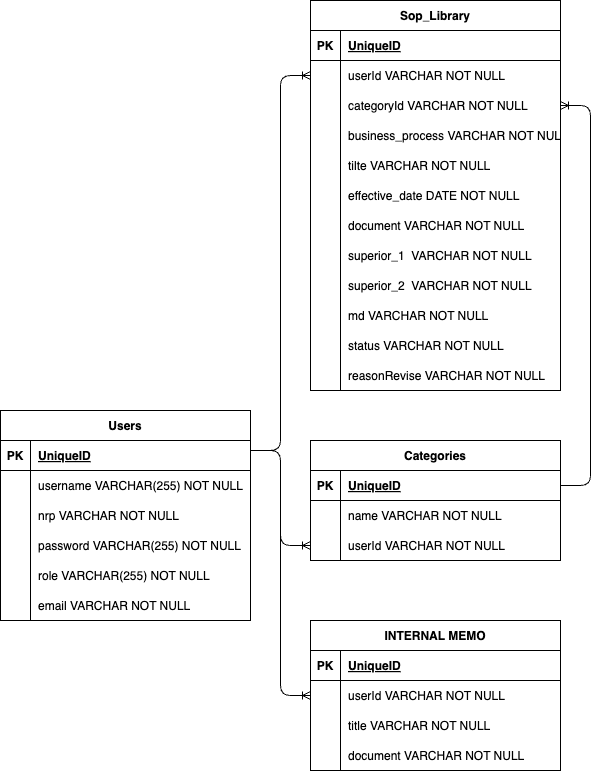
Earlier version of the draw.io export server/schema.drawio.png (faishalam/Sop-Management). Source tidied: cells renumbered, new cells last; positions are measured from the earlier drawing's top-left corner, leaving out a move shared by most shapes. Source of this version:
```xml
<mxGraphModel>
  <root>
    <mxCell id="0" />
    <mxCell id="1" parent="0" />
    <mxCell id="2" value="Users" style="shape=table;startSize=30;rowLines=0;fontStyle=1;align=center;" parent="1" vertex="1">
      <mxGeometry y="410" width="250" height="210" as="geometry" />
    </mxCell>
    <mxCell id="3" style="shape=tableRow;horizontal=0;startSize=0;swimlaneHead=0;swimlaneBody=0;fillColor=none;top=0;left=0;right=0;bottom=1;" parent="2" vertex="1">
      <mxGeometry y="30" width="250" height="30" as="geometry" />
    </mxCell>
    <mxCell id="4" value="PK" style="shape=partialRectangle;fillColor=none;top=0;left=0;bottom=0;right=0;fontStyle=1;overflow=hidden;" parent="3" vertex="1">
      <mxGeometry width="30" height="30" as="geometry" />
    </mxCell>
    <mxCell id="5" value="UniqueID" style="shape=partialRectangle;fillColor=none;top=0;left=0;bottom=0;right=0;align=left;spacingLeft=6;fontStyle=5;overflow=hidden;" parent="3" vertex="1">
      <mxGeometry x="30" width="220" height="30" as="geometry" />
    </mxCell>
    <mxCell id="6" style="shape=tableRow;horizontal=0;startSize=0;swimlaneHead=0;swimlaneBody=0;fillColor=none;top=0;left=0;right=0;bottom=0;" parent="2" vertex="1">
      <mxGeometry y="60" width="250" height="30" as="geometry" />
    </mxCell>
    <mxCell id="7" style="shape=partialRectangle;fillColor=none;top=0;left=0;bottom=0;right=0;overflow=hidden;" parent="6" vertex="1">
      <mxGeometry width="30" height="30" as="geometry" />
    </mxCell>
    <mxCell id="8" value="username VARCHAR(255) NOT NULL" style="shape=partialRectangle;fillColor=none;top=0;left=0;bottom=0;right=0;align=left;spacingLeft=6;overflow=hidden;" parent="6" vertex="1">
      <mxGeometry x="30" width="220" height="30" as="geometry" />
    </mxCell>
    <mxCell id="9" style="shape=tableRow;horizontal=0;startSize=0;swimlaneHead=0;swimlaneBody=0;fillColor=none;top=0;left=0;right=0;bottom=0;" parent="2" vertex="1">
      <mxGeometry y="90" width="250" height="30" as="geometry" />
    </mxCell>
    <mxCell id="10" style="shape=partialRectangle;fillColor=none;top=0;left=0;bottom=0;right=0;overflow=hidden;" parent="9" vertex="1">
      <mxGeometry width="30" height="30" as="geometry" />
    </mxCell>
    <mxCell id="11" value="nrp VARCHAR NOT NULL" style="shape=partialRectangle;fillColor=none;top=0;left=0;bottom=0;right=0;align=left;spacingLeft=6;overflow=hidden;" parent="9" vertex="1">
      <mxGeometry x="30" width="220" height="30" as="geometry" />
    </mxCell>
    <mxCell id="12" style="shape=tableRow;horizontal=0;startSize=0;swimlaneHead=0;swimlaneBody=0;fillColor=none;top=0;left=0;right=0;bottom=0;" parent="2" vertex="1">
      <mxGeometry y="120" width="250" height="30" as="geometry" />
    </mxCell>
    <mxCell id="13" style="shape=partialRectangle;fillColor=none;top=0;left=0;bottom=0;right=0;overflow=hidden;" parent="12" vertex="1">
      <mxGeometry width="30" height="30" as="geometry" />
    </mxCell>
    <mxCell id="14" value="password VARCHAR(255) NOT NULL" style="shape=partialRectangle;fillColor=none;top=0;left=0;bottom=0;right=0;align=left;spacingLeft=6;overflow=hidden;" parent="12" vertex="1">
      <mxGeometry x="30" width="220" height="30" as="geometry" />
    </mxCell>
    <mxCell id="15" style="shape=tableRow;horizontal=0;startSize=0;swimlaneHead=0;swimlaneBody=0;fillColor=none;top=0;left=0;right=0;bottom=0;" parent="2" vertex="1">
      <mxGeometry y="150" width="250" height="30" as="geometry" />
    </mxCell>
    <mxCell id="16" style="shape=partialRectangle;fillColor=none;top=0;left=0;bottom=0;right=0;overflow=hidden;" parent="15" vertex="1">
      <mxGeometry width="30" height="30" as="geometry" />
    </mxCell>
    <mxCell id="17" value="role VARCHAR(255) NOT NULL" style="shape=partialRectangle;fillColor=none;top=0;left=0;bottom=0;right=0;align=left;spacingLeft=6;overflow=hidden;" parent="15" vertex="1">
      <mxGeometry x="30" width="220" height="30" as="geometry" />
    </mxCell>
    <mxCell id="18" style="shape=tableRow;horizontal=0;startSize=0;swimlaneHead=0;swimlaneBody=0;fillColor=none;top=0;left=0;right=0;bottom=0;" parent="2" vertex="1">
      <mxGeometry y="180" width="250" height="30" as="geometry" />
    </mxCell>
    <mxCell id="19" style="shape=partialRectangle;fillColor=none;top=0;left=0;bottom=0;right=0;overflow=hidden;" parent="18" vertex="1">
      <mxGeometry width="30" height="30" as="geometry" />
    </mxCell>
    <mxCell id="20" value="email VARCHAR NOT NULL" style="shape=partialRectangle;fillColor=none;top=0;left=0;bottom=0;right=0;align=left;spacingLeft=6;overflow=hidden;" parent="18" vertex="1">
      <mxGeometry x="30" width="220" height="30" as="geometry" />
    </mxCell>
    <mxCell id="21" value="Sop_Library" style="shape=table;startSize=30;rowLines=0;fontStyle=1;align=center;" parent="1" vertex="1">
      <mxGeometry x="310" width="250" height="390" as="geometry" />
    </mxCell>
    <mxCell id="22" style="shape=tableRow;horizontal=0;startSize=0;swimlaneHead=0;swimlaneBody=0;fillColor=none;top=0;left=0;right=0;bottom=1;" parent="21" vertex="1">
      <mxGeometry y="30" width="250" height="30" as="geometry" />
    </mxCell>
    <mxCell id="23" value="PK" style="shape=partialRectangle;fillColor=none;top=0;left=0;bottom=0;right=0;fontStyle=1;overflow=hidden;" parent="22" vertex="1">
      <mxGeometry width="30" height="30" as="geometry" />
    </mxCell>
    <mxCell id="24" value="UniqueID" style="shape=partialRectangle;fillColor=none;top=0;left=0;bottom=0;right=0;align=left;spacingLeft=6;fontStyle=5;overflow=hidden;" parent="22" vertex="1">
      <mxGeometry x="30" width="220" height="30" as="geometry" />
    </mxCell>
    <mxCell id="25" style="shape=tableRow;horizontal=0;startSize=0;swimlaneHead=0;swimlaneBody=0;fillColor=none;points=[[0,0.5],[1,0.5]];portConstraint=eastwest;top=0;left=0;right=0;bottom=0;" parent="21" vertex="1">
      <mxGeometry y="60" width="250" height="30" as="geometry" />
    </mxCell>
    <mxCell id="26" style="shape=partialRectangle;fillColor=none;top=0;left=0;bottom=0;right=0;overflow=hidden;" parent="25" vertex="1">
      <mxGeometry width="30" height="30" as="geometry" />
    </mxCell>
    <mxCell id="27" value="userId VARCHAR NOT NULL" style="shape=partialRectangle;fillColor=none;top=0;left=0;bottom=0;right=0;align=left;spacingLeft=6;overflow=hidden;" parent="25" vertex="1">
      <mxGeometry x="30" width="220" height="30" as="geometry" />
    </mxCell>
    <mxCell id="28" style="shape=tableRow;horizontal=0;startSize=0;swimlaneHead=0;swimlaneBody=0;fillColor=none;points=[[0,0.5],[1,0.5]];portConstraint=eastwest;top=0;left=0;right=0;bottom=0;" parent="21" vertex="1">
      <mxGeometry y="90" width="250" height="30" as="geometry" />
    </mxCell>
    <mxCell id="29" style="shape=partialRectangle;fillColor=none;top=0;left=0;bottom=0;right=0;overflow=hidden;" parent="28" vertex="1">
      <mxGeometry width="30" height="30" as="geometry" />
    </mxCell>
    <mxCell id="30" value="categoryId VARCHAR NOT NULL" style="shape=partialRectangle;fillColor=none;top=0;left=0;bottom=0;right=0;align=left;spacingLeft=6;overflow=hidden;" parent="28" vertex="1">
      <mxGeometry x="30" width="220" height="30" as="geometry" />
    </mxCell>
    <mxCell id="31" style="shape=tableRow;horizontal=0;startSize=0;swimlaneHead=0;swimlaneBody=0;fillColor=none;points=[[0,0.5],[1,0.5]];portConstraint=eastwest;top=0;left=0;right=0;bottom=0;" parent="21" vertex="1">
      <mxGeometry y="120" width="250" height="30" as="geometry" />
    </mxCell>
    <mxCell id="32" style="shape=partialRectangle;fillColor=none;top=0;left=0;bottom=0;right=0;overflow=hidden;" parent="31" vertex="1">
      <mxGeometry width="30" height="30" as="geometry" />
    </mxCell>
    <mxCell id="33" value="business_process VARCHAR NOT NULL" style="shape=partialRectangle;fillColor=none;top=0;left=0;bottom=0;right=0;align=left;spacingLeft=6;overflow=hidden;" parent="31" vertex="1">
      <mxGeometry x="30" width="220" height="30" as="geometry" />
    </mxCell>
    <mxCell id="34" style="shape=tableRow;horizontal=0;startSize=0;swimlaneHead=0;swimlaneBody=0;fillColor=none;top=0;left=0;right=0;bottom=0;" parent="21" vertex="1">
      <mxGeometry y="150" width="250" height="30" as="geometry" />
    </mxCell>
    <mxCell id="35" style="shape=partialRectangle;fillColor=none;top=0;left=0;bottom=0;right=0;overflow=hidden;" parent="34" vertex="1">
      <mxGeometry width="30" height="30" as="geometry" />
    </mxCell>
    <mxCell id="36" value="tilte VARCHAR NOT NULL" style="shape=partialRectangle;fillColor=none;top=0;left=0;bottom=0;right=0;align=left;spacingLeft=6;overflow=hidden;" parent="34" vertex="1">
      <mxGeometry x="30" width="220" height="30" as="geometry" />
    </mxCell>
    <mxCell id="37" style="shape=tableRow;horizontal=0;startSize=0;swimlaneHead=0;swimlaneBody=0;fillColor=none;top=0;left=0;right=0;bottom=0;" parent="21" vertex="1">
      <mxGeometry y="180" width="250" height="30" as="geometry" />
    </mxCell>
    <mxCell id="38" style="shape=partialRectangle;fillColor=none;top=0;left=0;bottom=0;right=0;overflow=hidden;" parent="37" vertex="1">
      <mxGeometry width="30" height="30" as="geometry" />
    </mxCell>
    <mxCell id="39" value="effective_date DATE NOT NULL" style="shape=partialRectangle;fillColor=none;top=0;left=0;bottom=0;right=0;align=left;spacingLeft=6;overflow=hidden;" parent="37" vertex="1">
      <mxGeometry x="30" width="220" height="30" as="geometry" />
    </mxCell>
    <mxCell id="40" style="shape=tableRow;horizontal=0;startSize=0;swimlaneHead=0;swimlaneBody=0;fillColor=none;top=0;left=0;right=0;bottom=0;" parent="21" vertex="1">
      <mxGeometry y="210" width="250" height="30" as="geometry" />
    </mxCell>
    <mxCell id="41" style="shape=partialRectangle;fillColor=none;top=0;left=0;bottom=0;right=0;overflow=hidden;" parent="40" vertex="1">
      <mxGeometry width="30" height="30" as="geometry" />
    </mxCell>
    <mxCell id="42" value="document VARCHAR NOT NULL" style="shape=partialRectangle;fillColor=none;top=0;left=0;bottom=0;right=0;align=left;spacingLeft=6;overflow=hidden;" parent="40" vertex="1">
      <mxGeometry x="30" width="220" height="30" as="geometry" />
    </mxCell>
    <mxCell id="43" style="shape=tableRow;horizontal=0;startSize=0;swimlaneHead=0;swimlaneBody=0;fillColor=none;top=0;left=0;right=0;bottom=0;" parent="21" vertex="1">
      <mxGeometry y="240" width="250" height="30" as="geometry" />
    </mxCell>
    <mxCell id="44" style="shape=partialRectangle;fillColor=none;top=0;left=0;bottom=0;right=0;overflow=hidden;" parent="43" vertex="1">
      <mxGeometry width="30" height="30" as="geometry" />
    </mxCell>
    <mxCell id="45" value="superior_1  VARCHAR NOT NULL" style="shape=partialRectangle;fillColor=none;top=0;left=0;bottom=0;right=0;align=left;spacingLeft=6;overflow=hidden;" parent="43" vertex="1">
      <mxGeometry x="30" width="220" height="30" as="geometry" />
    </mxCell>
    <mxCell id="46" style="shape=tableRow;horizontal=0;startSize=0;swimlaneHead=0;swimlaneBody=0;fillColor=none;top=0;left=0;right=0;bottom=0;" parent="21" vertex="1">
      <mxGeometry y="270" width="250" height="30" as="geometry" />
    </mxCell>
    <mxCell id="47" style="shape=partialRectangle;fillColor=none;top=0;left=0;bottom=0;right=0;overflow=hidden;" parent="46" vertex="1">
      <mxGeometry width="30" height="30" as="geometry" />
    </mxCell>
    <mxCell id="48" value="superior_2  VARCHAR NOT NULL" style="shape=partialRectangle;fillColor=none;top=0;left=0;bottom=0;right=0;align=left;spacingLeft=6;overflow=hidden;" parent="46" vertex="1">
      <mxGeometry x="30" width="220" height="30" as="geometry" />
    </mxCell>
    <mxCell id="49" style="shape=tableRow;horizontal=0;startSize=0;swimlaneHead=0;swimlaneBody=0;fillColor=none;top=0;left=0;right=0;bottom=0;" parent="21" vertex="1">
      <mxGeometry y="300" width="250" height="30" as="geometry" />
    </mxCell>
    <mxCell id="50" style="shape=partialRectangle;fillColor=none;top=0;left=0;bottom=0;right=0;overflow=hidden;" parent="49" vertex="1">
      <mxGeometry width="30" height="30" as="geometry" />
    </mxCell>
    <mxCell id="51" value="md VARCHAR NOT NULL" style="shape=partialRectangle;fillColor=none;top=0;left=0;bottom=0;right=0;align=left;spacingLeft=6;overflow=hidden;" parent="49" vertex="1">
      <mxGeometry x="30" width="220" height="30" as="geometry" />
    </mxCell>
    <mxCell id="52" style="shape=tableRow;horizontal=0;startSize=0;swimlaneHead=0;swimlaneBody=0;fillColor=none;top=0;left=0;right=0;bottom=0;" parent="21" vertex="1">
      <mxGeometry y="330" width="250" height="30" as="geometry" />
    </mxCell>
    <mxCell id="53" style="shape=partialRectangle;fillColor=none;top=0;left=0;bottom=0;right=0;overflow=hidden;" parent="52" vertex="1">
      <mxGeometry width="30" height="30" as="geometry" />
    </mxCell>
    <mxCell id="54" value="status VARCHAR NOT NULL" style="shape=partialRectangle;fillColor=none;top=0;left=0;bottom=0;right=0;align=left;spacingLeft=6;overflow=hidden;" parent="52" vertex="1">
      <mxGeometry x="30" width="220" height="30" as="geometry" />
    </mxCell>
    <mxCell id="55" style="shape=tableRow;horizontal=0;startSize=0;swimlaneHead=0;swimlaneBody=0;fillColor=none;top=0;left=0;right=0;bottom=0;" parent="21" vertex="1">
      <mxGeometry y="360" width="250" height="30" as="geometry" />
    </mxCell>
    <mxCell id="56" style="shape=partialRectangle;fillColor=none;top=0;left=0;bottom=0;right=0;overflow=hidden;" parent="55" vertex="1">
      <mxGeometry width="30" height="30" as="geometry" />
    </mxCell>
    <mxCell id="57" value="reasonRevise VARCHAR NOT NULL" style="shape=partialRectangle;fillColor=none;top=0;left=0;bottom=0;right=0;align=left;spacingLeft=6;overflow=hidden;" parent="55" vertex="1">
      <mxGeometry x="30" width="220" height="30" as="geometry" />
    </mxCell>
    <mxCell id="58" style="edgeStyle=entityRelationEdgeStyle;fontSize=12;html=1;endArrow=ERoneToMany;exitX=1;exitY=0.5;exitDx=0;exitDy=0;" parent="1" edge="1" target="25">
      <mxGeometry relative="1" as="geometry">
        <mxPoint x="250" y="450" as="sourcePoint" />
      </mxGeometry>
    </mxCell>
    <mxCell id="59" value="Categories" style="shape=table;startSize=30;rowLines=0;fontStyle=1;align=center;" parent="1" vertex="1">
      <mxGeometry x="310" y="440" width="250" height="120" as="geometry" />
    </mxCell>
    <mxCell id="60" style="shape=tableRow;horizontal=0;startSize=0;swimlaneHead=0;swimlaneBody=0;fillColor=none;top=0;left=0;right=0;bottom=1;" parent="59" vertex="1">
      <mxGeometry y="30" width="250" height="30" as="geometry" />
    </mxCell>
    <mxCell id="61" value="PK" style="shape=partialRectangle;fillColor=none;top=0;left=0;bottom=0;right=0;fontStyle=1;overflow=hidden;" parent="60" vertex="1">
      <mxGeometry width="30" height="30" as="geometry" />
    </mxCell>
    <mxCell id="62" value="UniqueID" style="shape=partialRectangle;fillColor=none;top=0;left=0;bottom=0;right=0;align=left;spacingLeft=6;fontStyle=5;overflow=hidden;" parent="60" vertex="1">
      <mxGeometry x="30" width="220" height="30" as="geometry" />
    </mxCell>
    <mxCell id="63" style="shape=tableRow;horizontal=0;startSize=0;swimlaneHead=0;swimlaneBody=0;fillColor=none;top=0;left=0;right=0;bottom=0;" parent="59" vertex="1">
      <mxGeometry y="60" width="250" height="30" as="geometry" />
    </mxCell>
    <mxCell id="64" style="shape=partialRectangle;fillColor=none;top=0;left=0;bottom=0;right=0;overflow=hidden;" parent="63" vertex="1">
      <mxGeometry width="30" height="30" as="geometry" />
    </mxCell>
    <mxCell id="65" value="name VARCHAR NOT NULL" style="shape=partialRectangle;fillColor=none;top=0;left=0;bottom=0;right=0;align=left;spacingLeft=6;overflow=hidden;" parent="63" vertex="1">
      <mxGeometry x="30" width="220" height="30" as="geometry" />
    </mxCell>
    <mxCell id="66" style="shape=tableRow;horizontal=0;startSize=0;swimlaneHead=0;swimlaneBody=0;fillColor=none;points=[[0,0.5],[1,0.5]];portConstraint=eastwest;top=0;left=0;right=0;bottom=0;" parent="59" vertex="1">
      <mxGeometry y="90" width="250" height="30" as="geometry" />
    </mxCell>
    <mxCell id="67" style="shape=partialRectangle;fillColor=none;top=0;left=0;bottom=0;right=0;overflow=hidden;" parent="66" vertex="1">
      <mxGeometry width="30" height="30" as="geometry" />
    </mxCell>
    <mxCell id="68" value="userId VARCHAR NOT NULL" style="shape=partialRectangle;fillColor=none;top=0;left=0;bottom=0;right=0;align=left;spacingLeft=6;overflow=hidden;" parent="66" vertex="1">
      <mxGeometry x="30" width="220" height="30" as="geometry" />
    </mxCell>
    <mxCell id="69" style="edgeStyle=entityRelationEdgeStyle;fontSize=12;html=1;endArrow=ERoneToMany;entryX=0;entryY=0.5;entryDx=0;entryDy=0;" parent="1" edge="1" target="66">
      <mxGeometry relative="1" as="geometry">
        <mxPoint x="250" y="450" as="sourcePoint" />
      </mxGeometry>
    </mxCell>
    <mxCell id="70" style="edgeStyle=entityRelationEdgeStyle;fontSize=12;html=1;endArrow=ERoneToMany;exitX=1;exitY=0.5;exitDx=0;exitDy=0;entryX=1;entryY=0.5;entryDx=0;entryDy=0;" parent="1" edge="1" target="28">
      <mxGeometry relative="1" as="geometry">
        <mxPoint x="560" y="485" as="sourcePoint" />
      </mxGeometry>
    </mxCell>
    <mxCell id="71" value="INTERNAL MEMO" style="shape=table;startSize=30;rowLines=0;fontStyle=1;align=center;" parent="1" vertex="1">
      <mxGeometry x="310" y="620" width="250" height="150" as="geometry" />
    </mxCell>
    <mxCell id="72" style="shape=tableRow;horizontal=0;startSize=0;swimlaneHead=0;swimlaneBody=0;fillColor=none;top=0;left=0;right=0;bottom=1;" parent="71" vertex="1">
      <mxGeometry y="30" width="250" height="30" as="geometry" />
    </mxCell>
    <mxCell id="73" value="PK" style="shape=partialRectangle;fillColor=none;top=0;left=0;bottom=0;right=0;fontStyle=1;overflow=hidden;" parent="72" vertex="1">
      <mxGeometry width="30" height="30" as="geometry" />
    </mxCell>
    <mxCell id="74" value="UniqueID" style="shape=partialRectangle;fillColor=none;top=0;left=0;bottom=0;right=0;align=left;spacingLeft=6;fontStyle=5;overflow=hidden;" parent="72" vertex="1">
      <mxGeometry x="30" width="220" height="30" as="geometry" />
    </mxCell>
    <mxCell id="75" style="shape=tableRow;horizontal=0;startSize=0;swimlaneHead=0;swimlaneBody=0;fillColor=none;points=[[0,0.5],[1,0.5]];portConstraint=eastwest;top=0;left=0;right=0;bottom=0;" parent="71" vertex="1">
      <mxGeometry y="60" width="250" height="30" as="geometry" />
    </mxCell>
    <mxCell id="76" style="shape=partialRectangle;fillColor=none;top=0;left=0;bottom=0;right=0;overflow=hidden;" parent="75" vertex="1">
      <mxGeometry width="30" height="30" as="geometry" />
    </mxCell>
    <mxCell id="77" value="userId VARCHAR NOT NULL" style="shape=partialRectangle;fillColor=none;top=0;left=0;bottom=0;right=0;align=left;spacingLeft=6;overflow=hidden;" parent="75" vertex="1">
      <mxGeometry x="30" width="220" height="30" as="geometry" />
    </mxCell>
    <mxCell id="78" style="shape=tableRow;horizontal=0;startSize=0;swimlaneHead=0;swimlaneBody=0;fillColor=none;top=0;left=0;right=0;bottom=0;" parent="71" vertex="1">
      <mxGeometry y="90" width="250" height="30" as="geometry" />
    </mxCell>
    <mxCell id="79" style="shape=partialRectangle;fillColor=none;top=0;left=0;bottom=0;right=0;overflow=hidden;" parent="78" vertex="1">
      <mxGeometry width="30" height="30" as="geometry" />
    </mxCell>
    <mxCell id="80" value="title VARCHAR NOT NULL" style="shape=partialRectangle;fillColor=none;top=0;left=0;bottom=0;right=0;align=left;spacingLeft=6;overflow=hidden;" parent="78" vertex="1">
      <mxGeometry x="30" width="220" height="30" as="geometry" />
    </mxCell>
    <mxCell id="81" style="shape=tableRow;horizontal=0;startSize=0;swimlaneHead=0;swimlaneBody=0;fillColor=none;top=0;left=0;right=0;bottom=0;" parent="71" vertex="1">
      <mxGeometry y="120" width="250" height="30" as="geometry" />
    </mxCell>
    <mxCell id="82" style="shape=partialRectangle;fillColor=none;top=0;left=0;bottom=0;right=0;overflow=hidden;" parent="81" vertex="1">
      <mxGeometry width="30" height="30" as="geometry" />
    </mxCell>
    <mxCell id="83" value="document VARCHAR NOT NULL" style="shape=partialRectangle;fillColor=none;top=0;left=0;bottom=0;right=0;align=left;spacingLeft=6;overflow=hidden;" parent="81" vertex="1">
      <mxGeometry x="30" width="220" height="30" as="geometry" />
    </mxCell>
    <mxCell id="84" style="edgeStyle=entityRelationEdgeStyle;fontSize=12;html=1;endArrow=ERoneToMany;entryX=0;entryY=0.5;entryDx=0;entryDy=0;" parent="1" edge="1" target="75">
      <mxGeometry relative="1" as="geometry">
        <mxPoint x="250" y="450" as="sourcePoint" />
      </mxGeometry>
    </mxCell>
  </root>
</mxGraphModel>
```
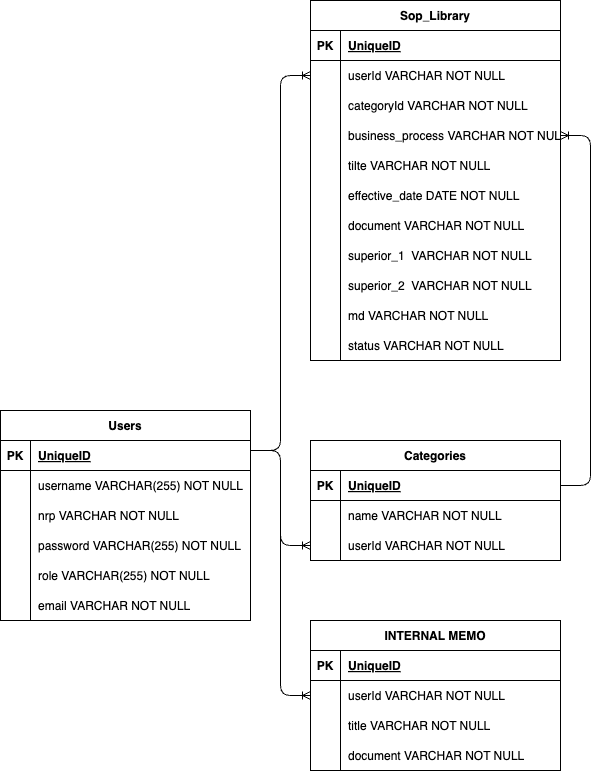
After the change.

Diff of the diagram source:
```diff
@@ -60,7 +60,7 @@
       <mxGeometry x="30" width="220" height="30" as="geometry" />
     </mxCell>
     <mxCell id="21" value="Sop_Library" style="shape=table;startSize=30;rowLines=0;fontStyle=1;align=center;" parent="1" vertex="1">
-      <mxGeometry x="310" width="250" height="390" as="geometry" />
+      <mxGeometry x="310" width="250" height="360" as="geometry" />
     </mxCell>
     <mxCell id="22" style="shape=tableRow;horizontal=0;startSize=0;swimlaneHead=0;swimlaneBody=0;fillColor=none;top=0;left=0;right=0;bottom=1;" parent="21" vertex="1">
       <mxGeometry y="30" width="250" height="30" as="geometry" />
@@ -161,15 +161,6 @@
     <mxCell id="54" value="status VARCHAR NOT NULL" style="shape=partialRectangle;fillColor=none;top=0;left=0;bottom=0;right=0;align=left;spacingLeft=6;overflow=hidden;" parent="52" vertex="1">
       <mxGeometry x="30" width="220" height="30" as="geometry" />
     </mxCell>
-    <mxCell id="55" style="shape=tableRow;horizontal=0;startSize=0;swimlaneHead=0;swimlaneBody=0;fillColor=none;top=0;left=0;right=0;bottom=0;" parent="21" vertex="1">
-      <mxGeometry y="360" width="250" height="30" as="geometry" />
-    </mxCell>
-    <mxCell id="56" style="shape=partialRectangle;fillColor=none;top=0;left=0;bottom=0;right=0;overflow=hidden;" parent="55" vertex="1">
-      <mxGeometry width="30" height="30" as="geometry" />
-    </mxCell>
-    <mxCell id="57" value="reasonRevise VARCHAR NOT NULL" style="shape=partialRectangle;fillColor=none;top=0;left=0;bottom=0;right=0;align=left;spacingLeft=6;overflow=hidden;" parent="55" vertex="1">
-      <mxGeometry x="30" width="220" height="30" as="geometry" />
-    </mxCell>
     <mxCell id="58" style="edgeStyle=entityRelationEdgeStyle;fontSize=12;html=1;endArrow=ERoneToMany;exitX=1;exitY=0.5;exitDx=0;exitDy=0;" parent="1" edge="1" target="25">
       <mxGeometry relative="1" as="geometry">
         <mxPoint x="250" y="450" as="sourcePoint" />
@@ -210,9 +201,14 @@
         <mxPoint x="250" y="450" as="sourcePoint" />
       </mxGeometry>
     </mxCell>
-    <mxCell id="70" style="edgeStyle=entityRelationEdgeStyle;fontSize=12;html=1;endArrow=ERoneToMany;exitX=1;exitY=0.5;exitDx=0;exitDy=0;entryX=1;entryY=0.5;entryDx=0;entryDy=0;" parent="1" edge="1" target="28">
+    <mxCell id="70" style="edgeStyle=entityRelationEdgeStyle;fontSize=12;html=1;endArrow=ERoneToMany;exitX=1;exitY=0.5;exitDx=0;exitDy=0;" parent="1" edge="1" target="31">
       <mxGeometry relative="1" as="geometry">
         <mxPoint x="560" y="485" as="sourcePoint" />
+        <Array as="points">
+          <mxPoint x="590" y="200" />
+          <mxPoint x="680" y="210" />
+          <mxPoint x="680" y="150" />
+        </Array>
       </mxGeometry>
     </mxCell>
     <mxCell id="71" value="INTERNAL MEMO" style="shape=table;startSize=30;rowLines=0;fontStyle=1;align=center;" parent="1" vertex="1">
```
